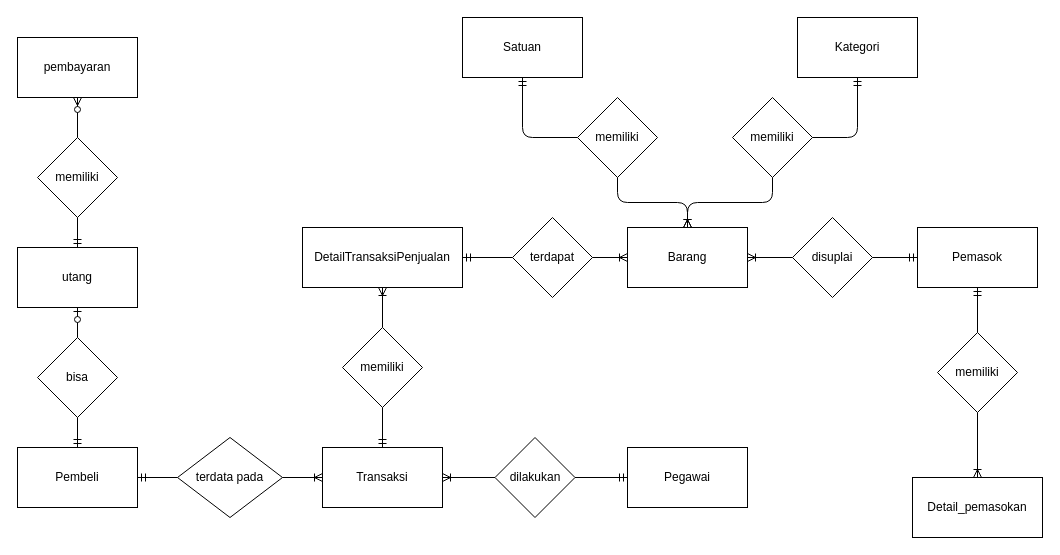
Above: Untitled Diagram.drawio in exceldeo/tugas-sbd-d-fp (draw.io), before the change. Source tidied: cells renumbered, new cells numbered last; positions are measured from the earlier drawing's top-left corner, leaving out a move shared by most shapes. Both pictures are drawn from the tidied source at 100%, with x=0, y=0 at pixel (17, 17).
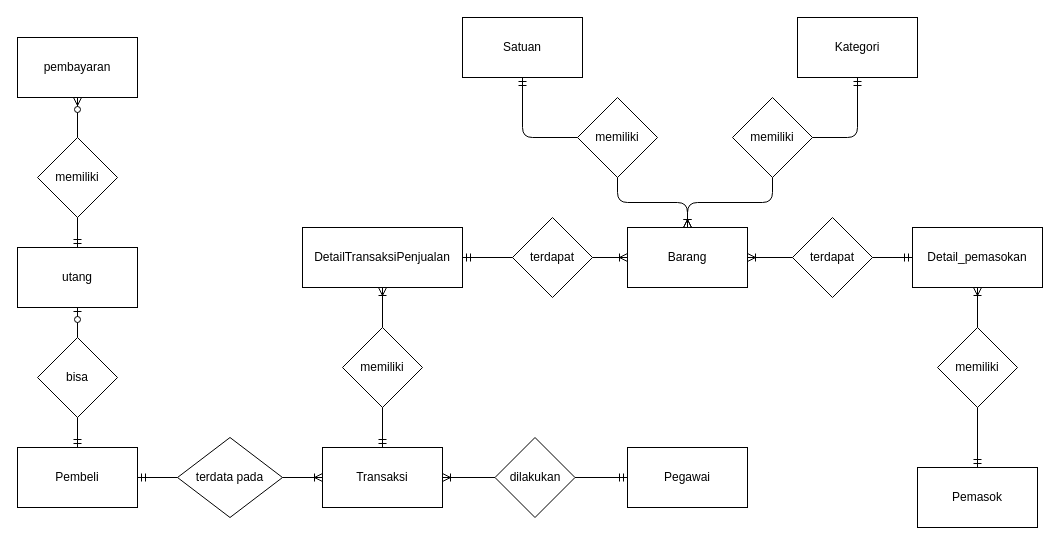
Above is the later version.

What changed in the source:
```diff
@@
     <mxCell id="4" value="Detail_pemasokan" style="rounded=0;whiteSpace=wrap;html=1;" parent="1" vertex="1">
-      <mxGeometry x="895" y="460" width="130" height="60" as="geometry" />
+      <mxGeometry x="895" y="210" width="130" height="60" as="geometry" />
     </mxCell>
@@
     <mxCell id="8" value="Pemasok" style="rounded=0;whiteSpace=wrap;html=1;" parent="1" vertex="1">
-      <mxGeometry x="900" y="210" width="120" height="60" as="geometry" />
+      <mxGeometry x="900" y="450" width="120" height="60" as="geometry" />
     </mxCell>
@@
-    <mxCell id="14" value="disuplai" style="rhombus;whiteSpace=wrap;html=1;" parent="1" vertex="1">
+    <mxCell id="14" value="terdapat" style="rhombus;whiteSpace=wrap;html=1;" parent="1" vertex="1">
       <mxGeometry x="775" y="200" width="80" height="80" as="geometry" />
     </mxCell>
     <mxCell id="15" value="memiliki" style="rhombus;whiteSpace=wrap;html=1;" parent="1" vertex="1">
-      <mxGeometry x="920" y="315" width="80" height="80" as="geometry" />
+      <mxGeometry x="920" y="310" width="80" height="80" as="geometry" />
     </mxCell>
@@
-    <mxCell id="25" style="edgeStyle=orthogonalEdgeStyle;fontSize=12;html=1;endArrow=ERmandOne;" parent="1" edge="1" source="14" target="8">
-      <mxGeometry relative="1" as="geometry" />
-    </mxCell>
@@
+    <mxCell id="45" style="edgeStyle=entityRelationEdgeStyle;fontSize=12;html=1;endArrow=ERmandOne;" parent="1" edge="1" source="14" target="4">
+      <mxGeometry relative="1" as="geometry" />
+    </mxCell>
```
